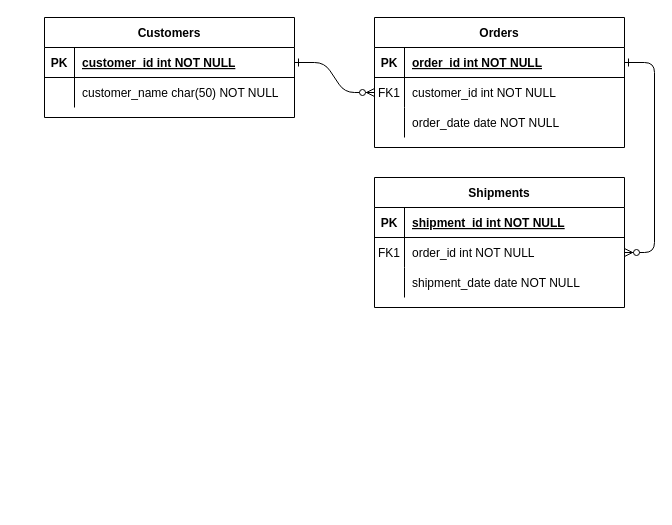
Before: Database design.drawio in eden2292/PatternViewer, a draw.io diagram. Source tidied: cells renumbered, new cells numbered last; positions are measured from the earlier drawing's top-left corner, leaving out a move shared by most shapes. Both pictures are drawn from the tidied source at 100%, with x=0, y=0 at pixel (44, 17).
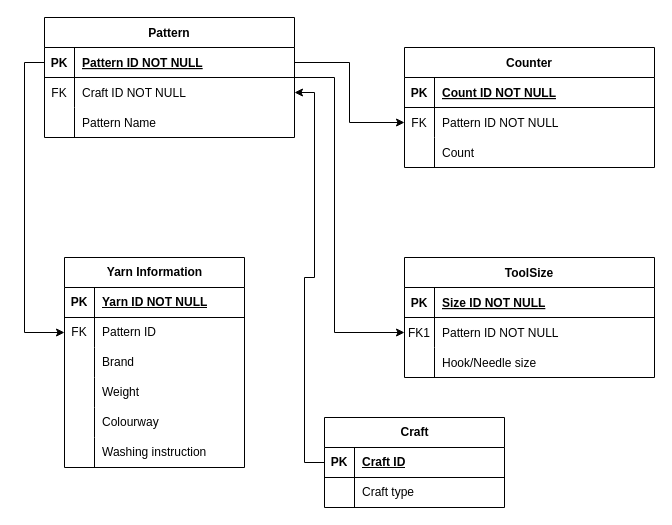
The same page after the edit.

The change refers to these unchanged cells:
```xml
<mxCell id="5" style="shape=partialRectangle;fillColor=none;points=[[0,0.5],[1,0.5]];portConstraint=eastwest;top=0;left=0;right=0;bottom=1;" parent="4" vertex="1">
  <mxGeometry y="30" width="250" height="30" as="geometry" />
</mxCell>
<mxCell id="8" style="shape=partialRectangle;fillColor=none;points=[[0,0.5],[1,0.5]];portConstraint=eastwest;top=0;left=0;right=0;bottom=0;" parent="4" vertex="1">
  <mxGeometry y="60" width="250" height="30" as="geometry" />
</mxCell>
<mxCell id="15" style="shape=partialRectangle;fillColor=none;top=0;left=0;right=0;bottom=1;" parent="14" vertex="1">
  <mxGeometry y="30" width="250" height="30" as="geometry" />
</mxCell>
<mxCell id="18" style="shape=partialRectangle;fillColor=none;points=[[0,0.5],[1,0.5]];portConstraint=eastwest;top=0;left=0;right=0;bottom=0;" parent="14" vertex="1">
  <mxGeometry y="60" width="250" height="30" as="geometry" />
</mxCell>
<mxCell id="21" style="shape=partialRectangle;fillColor=none;top=0;left=0;right=0;bottom=0;" parent="14" vertex="1">
  <mxGeometry y="90" width="250" height="30" as="geometry" />
</mxCell>
<mxCell id="25" style="shape=partialRectangle;fillColor=none;points=[[0,0.5],[1,0.5]];portConstraint=eastwest;top=0;left=0;right=0;bottom=1;" parent="24" vertex="1">
  <mxGeometry y="30" width="250" height="30" as="geometry" />
</mxCell>
<mxCell id="28" style="shape=partialRectangle;fillColor=none;points=[[0,0.5],[1,0.5]];portConstraint=eastwest;top=0;left=0;right=0;bottom=0;" parent="24" vertex="1">
  <mxGeometry y="60" width="250" height="30" as="geometry" />
</mxCell>
```

The edit, as a diff of the source:
```diff
@@
-    <mxCell id="2" style="edgeStyle=entityRelationEdgeStyle;endArrow=ERzeroToMany;startArrow=ERone;endFill=1;startFill=0;" parent="1" edge="1" source="25" target="8">
-      <mxGeometry relative="1" as="geometry" />
-    </mxCell>
-    <mxCell id="3" style="edgeStyle=entityRelationEdgeStyle;endArrow=ERzeroToMany;startArrow=ERone;endFill=1;startFill=0;" parent="1" edge="1" source="5" target="18">
-      <mxGeometry relative="1" as="geometry" />
-    </mxCell>
-    <mxCell id="4" value="Orders" style="shape=table;startSize=30;childLayout=tableLayout;rowLines=0;fontStyle=1;align=center;" parent="1" vertex="1">
-      <mxGeometry x="330" width="250" height="130" as="geometry" />
+    <mxCell id="4" value="Counter" style="shape=table;startSize=30;childLayout=tableLayout;rowLines=0;fontStyle=1;align=center;" parent="1" vertex="1">
+      <mxGeometry x="360" y="30" width="250" height="120" as="geometry" />
     </mxCell>
@@
-    <mxCell id="7" value="order_id int NOT NULL " style="shape=partialRectangle;overflow=hidden;fillColor=none;top=0;left=0;bottom=0;right=0;align=left;spacingLeft=6;fontStyle=5;" parent="5" vertex="1">
+    <mxCell id="7" value="Count ID NOT NULL" style="shape=partialRectangle;overflow=hidden;fillColor=none;top=0;left=0;bottom=0;right=0;align=left;spacingLeft=6;fontStyle=5;" parent="5" vertex="1">
       <mxGeometry x="30" width="220" height="30" as="geometry" />
     </mxCell>
@@
-    <mxCell id="9" value="FK1" style="shape=partialRectangle;overflow=hidden;fillColor=none;top=0;left=0;bottom=0;right=0;" parent="8" vertex="1">
+    <mxCell id="9" value="FK" style="shape=partialRectangle;overflow=hidden;fillColor=none;top=0;left=0;bottom=0;right=0;" parent="8" vertex="1">
       <mxGeometry width="30" height="30" as="geometry" />
     </mxCell>
-    <mxCell id="10" value="customer_id int NOT NULL" style="shape=partialRectangle;overflow=hidden;fillColor=none;top=0;left=0;bottom=0;right=0;align=left;spacingLeft=6;" parent="8" vertex="1">
+    <mxCell id="10" value="Pattern ID NOT NULL" style="shape=partialRectangle;overflow=hidden;fillColor=none;top=0;left=0;bottom=0;right=0;align=left;spacingLeft=6;" parent="8" vertex="1">
       <mxGeometry x="30" width="220" height="30" as="geometry" />
     </mxCell>
-    <mxCell id="11" style="shape=partialRectangle;fillColor=none;top=0;left=0;right=0;bottom=0;" parent="4" vertex="1">
-      <mxGeometry y="90" width="250" height="30" as="geometry" />
-    </mxCell>
-    <mxCell id="12" style="shape=partialRectangle;overflow=hidden;fillColor=none;top=0;left=0;bottom=0;right=0;" parent="11" vertex="1">
-      <mxGeometry width="30" height="30" as="geometry" />
-    </mxCell>
-    <mxCell id="13" value="order_date date NOT NULL" style="shape=partialRectangle;overflow=hidden;fillColor=none;top=0;left=0;bottom=0;right=0;align=left;spacingLeft=6;" parent="11" vertex="1">
-      <mxGeometry x="30" width="220" height="30" as="geometry" />
-    </mxCell>
+    <mxCell id="31" style="shape=partialRectangle;fillColor=none;top=0;left=0;right=0;bottom=0;" parent="4" vertex="1">
+      <mxGeometry y="90" width="250" height="30" as="geometry" />
+    </mxCell>
+    <mxCell id="32" style="shape=partialRectangle;overflow=hidden;fillColor=none;top=0;left=0;bottom=0;right=0;" parent="31" vertex="1">
+      <mxGeometry width="30" height="30" as="geometry" />
+    </mxCell>
+    <mxCell id="33" value="Count" style="shape=partialRectangle;overflow=hidden;fillColor=none;top=0;left=0;bottom=0;right=0;align=left;spacingLeft=6;" parent="31" vertex="1">
+      <mxGeometry x="30" width="220" height="30" as="geometry" />
+    </mxCell>
-    <mxCell id="14" value="Shipments" style="shape=table;startSize=30;childLayout=tableLayout;rowLines=0;fontStyle=1;align=center;" parent="1" vertex="1">
-      <mxGeometry x="330" y="160" width="250" height="130" as="geometry" />
+    <mxCell id="14" value="ToolSize" style="shape=table;startSize=30;childLayout=tableLayout;rowLines=0;fontStyle=1;align=center;" parent="1" vertex="1">
+      <mxGeometry x="360" y="240" width="250" height="120" as="geometry" />
     </mxCell>
@@
-    <mxCell id="17" value="shipment_id int NOT NULL " style="shape=partialRectangle;overflow=hidden;fillColor=none;top=0;left=0;bottom=0;right=0;align=left;spacingLeft=6;fontStyle=5;" parent="15" vertex="1">
+    <mxCell id="17" value="Size ID NOT NULL" style="shape=partialRectangle;overflow=hidden;fillColor=none;top=0;left=0;bottom=0;right=0;align=left;spacingLeft=6;fontStyle=5;" parent="15" vertex="1">
       <mxGeometry x="30" width="220" height="30" as="geometry" />
     </mxCell>
@@
-    <mxCell id="20" value="order_id int NOT NULL" style="shape=partialRectangle;overflow=hidden;fillColor=none;top=0;left=0;bottom=0;right=0;align=left;spacingLeft=6;" parent="18" vertex="1">
+    <mxCell id="20" value="Pattern ID NOT NULL" style="shape=partialRectangle;overflow=hidden;fillColor=none;top=0;left=0;bottom=0;right=0;align=left;spacingLeft=6;" parent="18" vertex="1">
       <mxGeometry x="30" width="220" height="30" as="geometry" />
     </mxCell>
@@
-    <mxCell id="23" value="shipment_date date NOT NULL" style="shape=partialRectangle;overflow=hidden;fillColor=none;top=0;left=0;bottom=0;right=0;align=left;spacingLeft=6;" parent="21" vertex="1">
+    <mxCell id="23" value="Hook/Needle size" style="shape=partialRectangle;overflow=hidden;fillColor=none;top=0;left=0;bottom=0;right=0;align=left;spacingLeft=6;" parent="21" vertex="1">
       <mxGeometry x="30" width="220" height="30" as="geometry" />
     </mxCell>
-    <mxCell id="24" value="Customers" style="shape=table;startSize=30;childLayout=tableLayout;rowLines=0;fontStyle=1;align=center;" parent="1" vertex="1">
-      <mxGeometry width="250" height="100" as="geometry" />
+    <mxCell id="24" value="Pattern" style="shape=table;startSize=30;childLayout=tableLayout;rowLines=0;fontStyle=1;align=center;" parent="1" vertex="1">
+      <mxGeometry width="250" height="120" as="geometry" />
     </mxCell>
@@
-    <mxCell id="27" value="customer_id int NOT NULL " style="shape=partialRectangle;overflow=hidden;fillColor=none;top=0;left=0;bottom=0;right=0;align=left;spacingLeft=6;fontStyle=5;" parent="25" vertex="1">
+    <mxCell id="27" value="Pattern ID NOT NULL" style="shape=partialRectangle;overflow=hidden;fillColor=none;top=0;left=0;bottom=0;right=0;align=left;spacingLeft=6;fontStyle=5;" parent="25" vertex="1">
       <mxGeometry x="30" width="220" height="30" as="geometry" />
     </mxCell>
@@
-    <mxCell id="29" style="shape=partialRectangle;overflow=hidden;fillColor=none;top=0;left=0;bottom=0;right=0;" parent="28" vertex="1">
+    <mxCell id="29" value="FK" style="shape=partialRectangle;overflow=hidden;fillColor=none;top=0;left=0;bottom=0;right=0;" parent="28" vertex="1">
       <mxGeometry width="30" height="30" as="geometry" />
     </mxCell>
-    <mxCell id="30" value="customer_name char(50) NOT NULL" style="shape=partialRectangle;overflow=hidden;fillColor=none;top=0;left=0;bottom=0;right=0;align=left;spacingLeft=6;" parent="28" vertex="1">
+    <mxCell id="30" value="Craft ID NOT NULL" style="shape=partialRectangle;overflow=hidden;fillColor=none;top=0;left=0;bottom=0;right=0;align=left;spacingLeft=6;" parent="28" vertex="1">
       <mxGeometry x="30" width="220" height="30" as="geometry" />
     </mxCell>
+    <mxCell id="34" style="shape=partialRectangle;fillColor=none;top=0;left=0;right=0;bottom=0;" parent="24" vertex="1">
+      <mxGeometry y="90" width="250" height="30" as="geometry" />
+    </mxCell>
+    <mxCell id="35" style="shape=partialRectangle;overflow=hidden;fillColor=none;top=0;left=0;bottom=0;right=0;" parent="34" vertex="1">
+      <mxGeometry width="30" height="30" as="geometry" />
+    </mxCell>
+    <mxCell id="36" value="Pattern Name" style="shape=partialRectangle;overflow=hidden;fillColor=none;top=0;left=0;bottom=0;right=0;align=left;spacingLeft=6;" parent="34" vertex="1">
+      <mxGeometry x="30" width="220" height="30" as="geometry" />
+    </mxCell>
+    <mxCell id="37" value="Yarn Information" style="shape=table;startSize=30;childLayout=tableLayout;rowLines=0;fontStyle=1;align=center;html=1;" parent="1" vertex="1">
+      <mxGeometry x="20" y="240" width="180" height="210" as="geometry" />
+    </mxCell>
+    <mxCell id="38" style="shape=tableRow;horizontal=0;startSize=0;swimlaneHead=0;swimlaneBody=0;fillColor=none;top=0;left=0;right=0;bottom=1;" parent="37" vertex="1">
+      <mxGeometry y="30" width="180" height="30" as="geometry" />
+    </mxCell>
+    <mxCell id="39" value="PK" style="shape=partialRectangle;fillColor=none;top=0;left=0;bottom=0;right=0;fontStyle=1;overflow=hidden;whiteSpace=wrap;html=1;" parent="38" vertex="1">
+      <mxGeometry width="30" height="30" as="geometry" />
+    </mxCell>
+    <mxCell id="40" value="Yarn ID NOT NULL" style="shape=partialRectangle;fillColor=none;top=0;left=0;bottom=0;right=0;align=left;spacingLeft=6;fontStyle=5;overflow=hidden;whiteSpace=wrap;html=1;" parent="38" vertex="1">
+      <mxGeometry x="30" width="150" height="30" as="geometry" />
+    </mxCell>
+    <mxCell id="41" style="shape=tableRow;horizontal=0;startSize=0;swimlaneHead=0;swimlaneBody=0;fillColor=none;points=[[0,0.5],[1,0.5]];portConstraint=eastwest;top=0;left=0;right=0;bottom=0;" parent="37" vertex="1">
+      <mxGeometry y="60" width="180" height="30" as="geometry" />
+    </mxCell>
+    <mxCell id="42" value="FK" style="shape=partialRectangle;fillColor=none;top=0;left=0;bottom=0;right=0;overflow=hidden;whiteSpace=wrap;html=1;" parent="41" vertex="1">
+      <mxGeometry width="30" height="30" as="geometry" />
+    </mxCell>
+    <mxCell id="43" value="Pattern ID" style="shape=partialRectangle;fillColor=none;top=0;left=0;bottom=0;right=0;align=left;spacingLeft=6;overflow=hidden;whiteSpace=wrap;html=1;" parent="41" vertex="1">
+      <mxGeometry x="30" width="150" height="30" as="geometry" />
+    </mxCell>
+    <mxCell id="44" style="shape=tableRow;horizontal=0;startSize=0;swimlaneHead=0;swimlaneBody=0;fillColor=none;top=0;left=0;right=0;bottom=0;" parent="37" vertex="1">
+      <mxGeometry y="90" width="180" height="30" as="geometry" />
+    </mxCell>
+    <mxCell id="45" style="shape=partialRectangle;fillColor=none;top=0;left=0;bottom=0;right=0;overflow=hidden;whiteSpace=wrap;html=1;" parent="44" vertex="1">
+      <mxGeometry width="30" height="30" as="geometry" />
+    </mxCell>
+    <mxCell id="46" value="Brand" style="shape=partialRectangle;fillColor=none;top=0;left=0;bottom=0;right=0;align=left;spacingLeft=6;overflow=hidden;whiteSpace=wrap;html=1;" parent="44" vertex="1">
+      <mxGeometry x="30" width="150" height="30" as="geometry" />
+    </mxCell>
+    <mxCell id="47" style="shape=tableRow;horizontal=0;startSize=0;swimlaneHead=0;swimlaneBody=0;fillColor=none;top=0;left=0;right=0;bottom=0;" parent="37" vertex="1">
+      <mxGeometry y="120" width="180" height="30" as="geometry" />
+    </mxCell>
+    <mxCell id="48" style="shape=partialRectangle;fillColor=none;top=0;left=0;bottom=0;right=0;overflow=hidden;whiteSpace=wrap;html=1;" parent="47" vertex="1">
+      <mxGeometry width="30" height="30" as="geometry" />
+    </mxCell>
+    <mxCell id="49" value="Weight" style="shape=partialRectangle;fillColor=none;top=0;left=0;bottom=0;right=0;align=left;spacingLeft=6;overflow=hidden;whiteSpace=wrap;html=1;" parent="47" vertex="1">
+      <mxGeometry x="30" width="150" height="30" as="geometry" />
+    </mxCell>
+    <mxCell id="50" style="shape=tableRow;horizontal=0;startSize=0;swimlaneHead=0;swimlaneBody=0;fillColor=none;top=0;left=0;right=0;bottom=0;" parent="37" vertex="1">
+      <mxGeometry y="150" width="180" height="30" as="geometry" />
+    </mxCell>
+    <mxCell id="51" style="shape=partialRectangle;fillColor=none;top=0;left=0;bottom=0;right=0;overflow=hidden;whiteSpace=wrap;html=1;" parent="50" vertex="1">
+      <mxGeometry width="30" height="30" as="geometry" />
+    </mxCell>
+    <mxCell id="52" value="Colourway" style="shape=partialRectangle;fillColor=none;top=0;left=0;bottom=0;right=0;align=left;spacingLeft=6;overflow=hidden;whiteSpace=wrap;html=1;" parent="50" vertex="1">
+      <mxGeometry x="30" width="150" height="30" as="geometry" />
+    </mxCell>
+    <mxCell id="53" style="shape=tableRow;horizontal=0;startSize=0;swimlaneHead=0;swimlaneBody=0;fillColor=none;top=0;left=0;right=0;bottom=0;" parent="37" vertex="1">
+      <mxGeometry y="180" width="180" height="30" as="geometry" />
+    </mxCell>
+    <mxCell id="54" style="shape=partialRectangle;fillColor=none;top=0;left=0;bottom=0;right=0;overflow=hidden;whiteSpace=wrap;html=1;" parent="53" vertex="1">
+      <mxGeometry width="30" height="30" as="geometry" />
+    </mxCell>
+    <mxCell id="55" value="Washing instruction" style="shape=partialRectangle;fillColor=none;top=0;left=0;bottom=0;right=0;align=left;spacingLeft=6;overflow=hidden;whiteSpace=wrap;html=1;" parent="53" vertex="1">
+      <mxGeometry x="30" width="150" height="30" as="geometry" />
+    </mxCell>
+    <mxCell id="56" style="edgeStyle=orthogonalEdgeStyle;rounded=0;jettySize=auto;html=1;entryX=0;entryY=0.5;entryDx=0;entryDy=0;" parent="1" edge="1" source="25" target="41">
+      <mxGeometry relative="1" as="geometry" />
+    </mxCell>
+    <mxCell id="2" style="edgeStyle=orthogonalEdgeStyle;rounded=0;jettySize=auto;html=1;entryX=0;entryY=0.5;entryDx=0;entryDy=0;" parent="1" edge="1" source="25" target="8">
+      <mxGeometry relative="1" as="geometry" />
+    </mxCell>
+    <mxCell id="57" style="edgeStyle=orthogonalEdgeStyle;rounded=0;jettySize=auto;html=1;exitX=1;exitY=0.5;exitDx=0;exitDy=0;entryX=0;entryY=0.5;entryDx=0;entryDy=0;" parent="1" edge="1" source="25" target="18">
+      <mxGeometry relative="1" as="geometry">
+        <Array as="points">
+          <mxPoint x="250" y="60" />
+          <mxPoint x="290" y="60" />
+          <mxPoint x="290" y="315" />
+        </Array>
+      </mxGeometry>
+    </mxCell>
+    <mxCell id="58" value="Craft" style="shape=table;startSize=30;childLayout=tableLayout;rowLines=0;fontStyle=1;align=center;html=1;" parent="1" vertex="1">
+      <mxGeometry x="280" y="400" width="180" height="90" as="geometry" />
+    </mxCell>
+    <mxCell id="59" style="shape=tableRow;horizontal=0;startSize=0;swimlaneHead=0;swimlaneBody=0;fillColor=none;points=[[0,0.5],[1,0.5]];portConstraint=eastwest;top=0;left=0;right=0;bottom=1;" parent="58" vertex="1">
+      <mxGeometry y="30" width="180" height="30" as="geometry" />
+    </mxCell>
+    <mxCell id="60" value="PK" style="shape=partialRectangle;fillColor=none;top=0;left=0;bottom=0;right=0;fontStyle=1;overflow=hidden;whiteSpace=wrap;html=1;" parent="59" vertex="1">
+      <mxGeometry width="30" height="30" as="geometry" />
+    </mxCell>
+    <mxCell id="61" value="Craft ID" style="shape=partialRectangle;fillColor=none;top=0;left=0;bottom=0;right=0;align=left;spacingLeft=6;fontStyle=5;overflow=hidden;whiteSpace=wrap;html=1;" parent="59" vertex="1">
+      <mxGeometry x="30" width="150" height="30" as="geometry" />
+    </mxCell>
+    <mxCell id="62" style="shape=tableRow;horizontal=0;startSize=0;swimlaneHead=0;swimlaneBody=0;fillColor=none;top=0;left=0;right=0;bottom=0;" parent="58" vertex="1">
+      <mxGeometry y="60" width="180" height="30" as="geometry" />
+    </mxCell>
+    <mxCell id="63" style="shape=partialRectangle;fillColor=none;top=0;left=0;bottom=0;right=0;overflow=hidden;whiteSpace=wrap;html=1;" parent="62" vertex="1">
+      <mxGeometry width="30" height="30" as="geometry" />
+    </mxCell>
+    <mxCell id="64" value="Craft type" style="shape=partialRectangle;fillColor=none;top=0;left=0;bottom=0;right=0;align=left;spacingLeft=6;overflow=hidden;whiteSpace=wrap;html=1;" parent="62" vertex="1">
+      <mxGeometry x="30" width="150" height="30" as="geometry" />
+    </mxCell>
+    <mxCell id="65" style="edgeStyle=orthogonalEdgeStyle;rounded=0;jettySize=auto;html=1;entryX=1;entryY=0.5;entryDx=0;entryDy=0;" parent="1" edge="1" source="59" target="28">
+      <mxGeometry relative="1" as="geometry" />
+    </mxCell>
```
